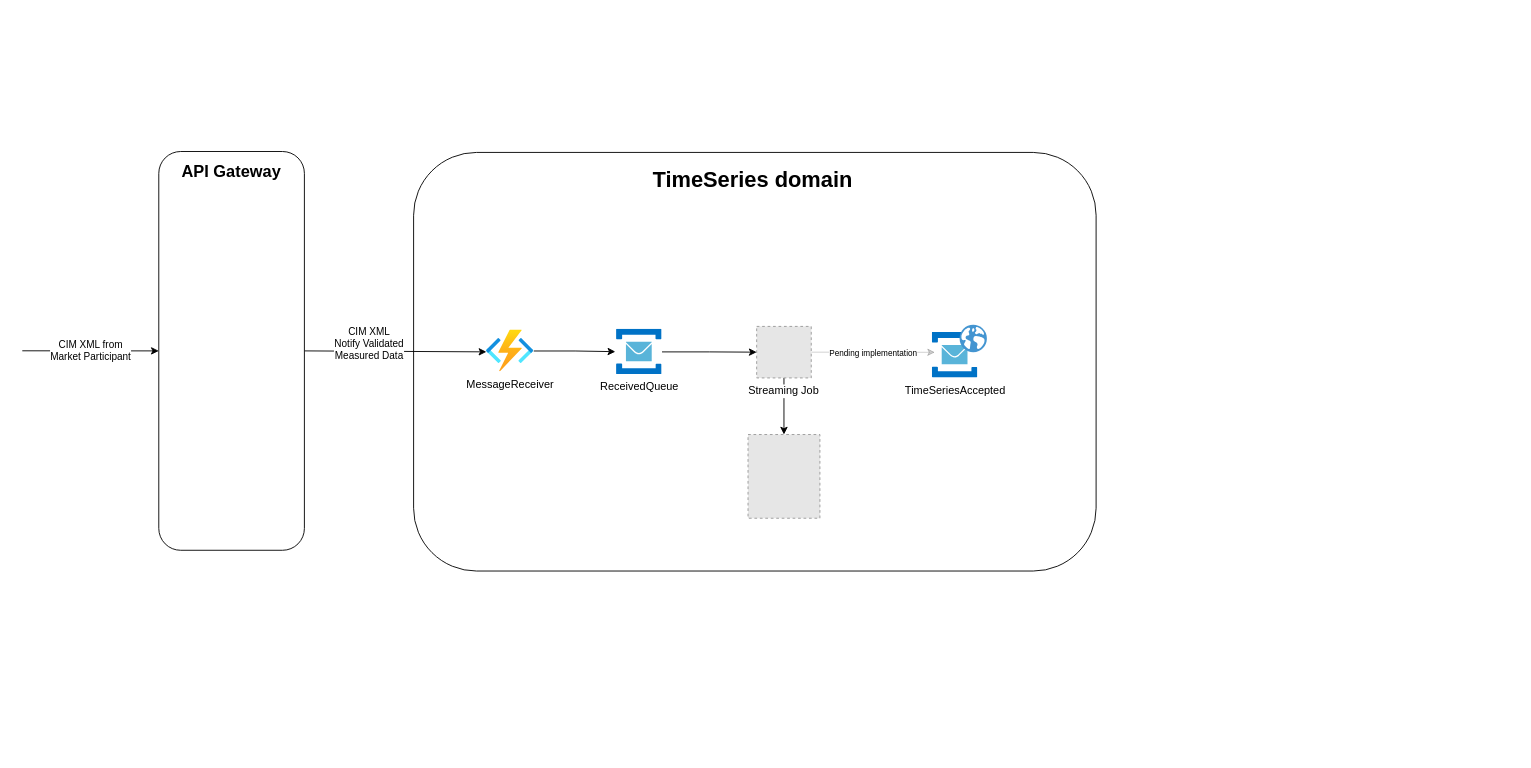
Energinet-DataHub/ARCHIVED-geh-timeseries keeps this draw.io diagram as ARCHITECTURE.drawio. Above is the earlier version. Source tidied: cells renumbered, new cells numbered last; positions are measured from the earlier drawing's top-left corner, leaving out a move shared by most shapes. Both pictures are drawn from the tidied source at 91%, with x=0, y=0 at pixel (22, 151). Pictures stored in the file or linked from it are replaced by grey dashed boxes.
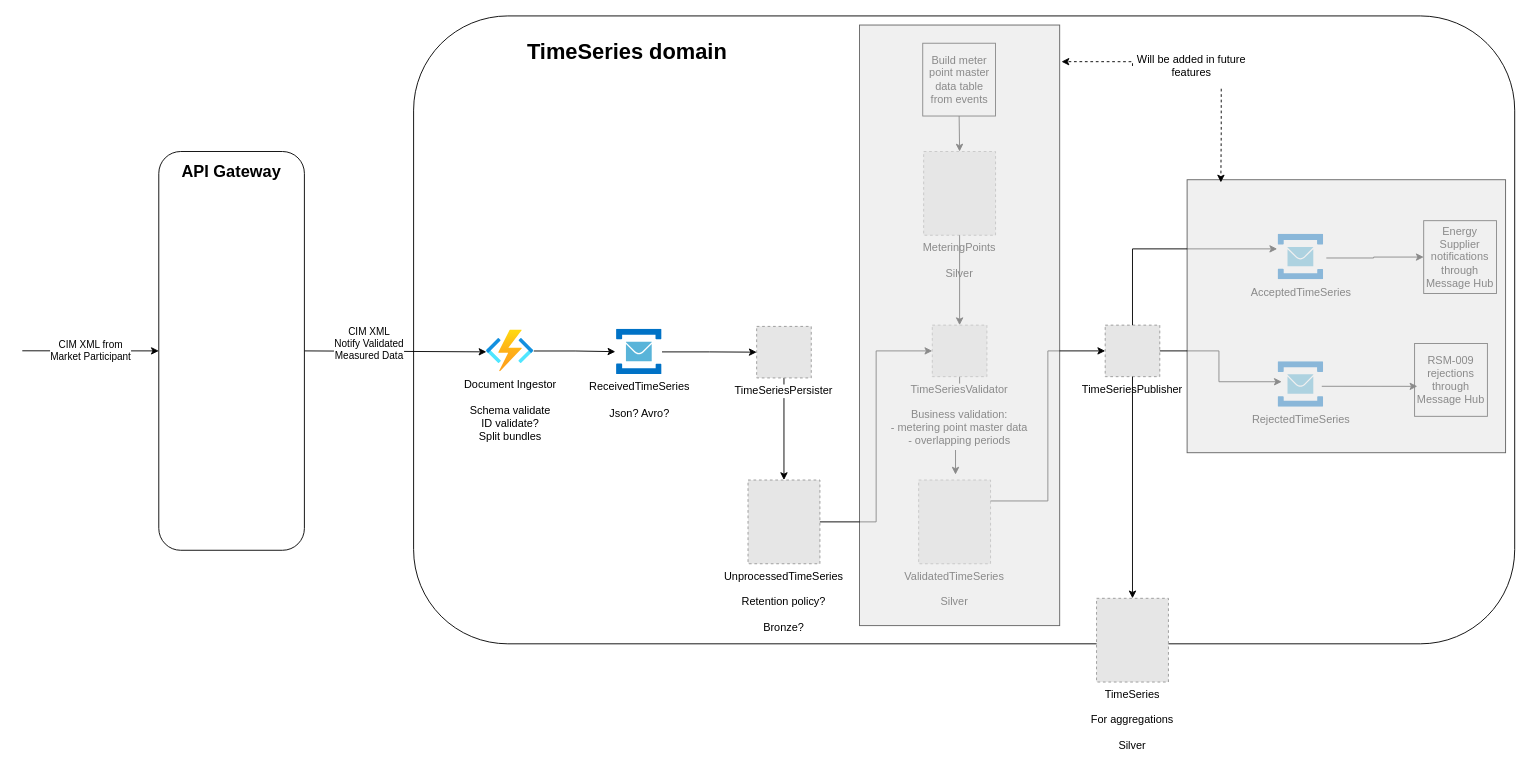
The same diagram, later.

Commit message (it also covers changes not shown here):
Update architectural diagram

Change to the diagram source:
```diff
@@
     <mxCell id="2" style="rounded=1;whiteSpace=wrap;html=1;" parent="1" vertex="1">
-      <mxGeometry x="430" y="1" width="750" height="460" as="geometry" />
+      <mxGeometry x="430" y="-149" width="1210" height="690" as="geometry" />
     </mxCell>
@@
-    <mxCell id="4" value="ReceivedQueue" style="html=1;points=[];align=center;image;fontSize=12;image=img/lib/mscae/Service_Bus.svg;" parent="1" vertex="1">
+    <mxCell id="4" value="ReceivedTimeSeries&lt;br&gt;&lt;br&gt;Json? Avro?" style="html=1;points=[];align=center;image;fontSize=12;image=img/lib/mscae/Service_Bus.svg;" parent="1" vertex="1">
       <mxGeometry x="653" y="195.2" width="50" height="50" as="geometry" />
     </mxCell>
@@
-    <mxCell id="6" value="MessageReceiver" style="html=1;points=[];align=center;image;fontSize=12;image=img/lib/azure2/compute/Function_Apps.svg;labelPosition=center;verticalLabelPosition=bottom;verticalAlign=top;" parent="1" vertex="1">
+    <mxCell id="6" value="Document Ingestor&lt;br&gt;&lt;br&gt;Schema validate&lt;br&gt;ID validate?&lt;br&gt;Split bundles" style="html=1;points=[];align=center;image;fontSize=12;image=img/lib/azure2/compute/Function_Apps.svg;labelPosition=center;verticalLabelPosition=bottom;verticalAlign=top;" parent="1" vertex="1">
       <mxGeometry x="510" y="196.2" width="52" height="45.9" as="geometry" />
     </mxCell>
@@
-    <mxCell id="8" value="&lt;font style=&quot;font-size: 9px&quot;&gt;Pending implementation&lt;/font&gt;" style="edgeStyle=orthogonalEdgeStyle;rounded=0;jettySize=auto;html=1;entryX=0.06;entryY=0.439;entryDx=0;entryDy=0;entryPerimeter=0;opacity=20;" parent="1" edge="1" source="9" target="18">
-      <mxGeometry relative="1" as="geometry" />
-    </mxCell>
-    <mxCell id="9" value="Streaming Job" style="fillColor=#E6E6E6;strokeColor=#999999;dashed=1;verticalLabelPosition=bottom;labelBackgroundColor=#ffffff;verticalAlign=top;" parent="1" vertex="1">
+    <mxCell id="9" value="TimeSeriesPersister" style="fillColor=#E6E6E6;strokeColor=#999999;dashed=1;verticalLabelPosition=bottom;labelBackgroundColor=#ffffff;verticalAlign=top;" parent="1" vertex="1">
       <mxGeometry x="807" y="192.2" width="60" height="56.6" as="geometry" />
     </mxCell>
-    <mxCell id="10" style="fillColor=#E6E6E6;strokeColor=#999999;dashed=1;verticalLabelPosition=bottom;labelBackgroundColor=#ffffff;verticalAlign=top;" parent="1" vertex="1">
-      <mxGeometry x="797.5" y="311" width="79" height="92" as="geometry" />
+    <mxCell id="10" value="UnprocessedTimeSeries&#10;&#10;Retention policy?&#10;&#10;Bronze?" style="fillColor=#E6E6E6;strokeColor=#999999;dashed=1;verticalLabelPosition=bottom;labelBackgroundColor=#ffffff;verticalAlign=top;" parent="1" vertex="1">
+      <mxGeometry x="797.5" y="361" width="79" height="92" as="geometry" />
     </mxCell>
     <mxCell id="11" value="&lt;h1&gt;TimeSeries domain&lt;br&gt;&lt;/h1&gt;" style="text;html=1;strokeColor=none;fillColor=none;spacing=5;spacingTop=-20;whiteSpace=wrap;overflow=hidden;rounded=0;dashed=1;" parent="1" vertex="1">
-      <mxGeometry x="687.5" y="11" width="235" height="36.5" as="geometry" />
+      <mxGeometry x="550" y="-129" width="235" height="36.5" as="geometry" />
     </mxCell>
@@
-    <mxCell id="17" style="group;" parent="1" vertex="1">
-      <mxGeometry x="1000" y="190.5" width="60" height="58.2" as="geometry" />
-    </mxCell>
-    <mxCell id="18" value="TimeSeriesAccepted" style="html=1;points=[];align=center;image;fontSize=12;image=img/lib/mscae/Service_Bus.svg;" parent="17" vertex="1">
-      <mxGeometry y="8.2" width="50" height="50" as="geometry" />
-    </mxCell>
-    <mxCell id="19" style="shadow=0;dashed=0;html=1;strokeColor=none;fillColor=#4495D1;labelPosition=center;verticalLabelPosition=bottom;verticalAlign=top;align=center;shape=mxgraph.veeam.globe;" parent="17" vertex="1">
-      <mxGeometry x="30" width="30" height="30" as="geometry" />
-    </mxCell>
+    <mxCell id="20" style="edgeStyle=orthogonalEdgeStyle;rounded=0;jettySize=auto;html=1;entryX=0.513;entryY=-0.065;entryDx=0;entryDy=0;entryPerimeter=0;" parent="1" edge="1" source="21" target="23">
+      <mxGeometry relative="1" as="geometry" />
+    </mxCell>
+    <mxCell id="21" value="TimeSeriesValidator&#10;&#10;Business validation:&#10;- metering point master data&#10;- overlapping periods" style="fillColor=#E6E6E6;strokeColor=#999999;dashed=1;verticalLabelPosition=bottom;labelBackgroundColor=#ffffff;verticalAlign=top;" parent="1" vertex="1">
+      <mxGeometry x="1000" y="190.8" width="60" height="56.6" as="geometry" />
+    </mxCell>
+    <mxCell id="22" style="edgeStyle=orthogonalEdgeStyle;rounded=0;jettySize=auto;html=1;exitX=1;exitY=0.5;exitDx=0;exitDy=0;entryX=0;entryY=0.5;entryDx=0;entryDy=0;" parent="1" edge="1" source="10" target="21">
+      <mxGeometry relative="1" as="geometry" />
+    </mxCell>
+    <mxCell id="23" value="ValidatedTimeSeries&#10;&#10;Silver" style="fillColor=#E6E6E6;strokeColor=#999999;dashed=1;verticalLabelPosition=bottom;labelBackgroundColor=#ffffff;verticalAlign=top;" parent="1" vertex="1">
+      <mxGeometry x="985" y="361" width="79" height="92" as="geometry" />
+    </mxCell>
+    <mxCell id="24" value="MeteringPoints&#10;&#10;Silver" style="fillColor=#E6E6E6;strokeColor=#999999;dashed=1;verticalLabelPosition=bottom;labelBackgroundColor=#ffffff;verticalAlign=top;" parent="1" vertex="1">
+      <mxGeometry x="990.5" width="79" height="92" as="geometry" />
+    </mxCell>
+    <mxCell id="25" value="Build meter point master data table from events" style="whiteSpace=wrap;html=1;" parent="1" vertex="1">
+      <mxGeometry x="989.5" y="-119" width="80" height="80" as="geometry" />
+    </mxCell>
+    <mxCell id="26" style="edgeStyle=orthogonalEdgeStyle;rounded=0;jettySize=auto;html=1;exitX=0.5;exitY=1;exitDx=0;exitDy=0;entryX=0.5;entryY=0;entryDx=0;entryDy=0;" parent="1" edge="1" source="25" target="24">
+      <mxGeometry relative="1" as="geometry" />
+    </mxCell>
+    <mxCell id="27" style="edgeStyle=orthogonalEdgeStyle;rounded=0;jettySize=auto;html=1;exitX=0.5;exitY=1;exitDx=0;exitDy=0;entryX=0.5;entryY=0;entryDx=0;entryDy=0;" parent="1" edge="1" source="24" target="21">
+      <mxGeometry relative="1" as="geometry" />
+    </mxCell>
+    <mxCell id="28" value="TimeSeriesPublisher" style="fillColor=#E6E6E6;strokeColor=#999999;dashed=1;verticalLabelPosition=bottom;labelBackgroundColor=#ffffff;verticalAlign=top;" parent="1" vertex="1">
+      <mxGeometry x="1190" y="190.8" width="60" height="56.6" as="geometry" />
+    </mxCell>
+    <mxCell id="29" value="TimeSeries&#10;&#10;For aggregations&#10;&#10;Silver" style="fillColor=#E6E6E6;strokeColor=#999999;dashed=1;verticalLabelPosition=bottom;labelBackgroundColor=#ffffff;verticalAlign=top;" parent="1" vertex="1">
+      <mxGeometry x="1180.5" y="491" width="79" height="92" as="geometry" />
+    </mxCell>
+    <mxCell id="30" style="edgeStyle=orthogonalEdgeStyle;rounded=0;jettySize=auto;html=1;exitX=1;exitY=0.25;exitDx=0;exitDy=0;entryX=0;entryY=0.5;entryDx=0;entryDy=0;" parent="1" edge="1" source="23" target="28">
+      <mxGeometry relative="1" as="geometry" />
+    </mxCell>
+    <mxCell id="31" style="edgeStyle=orthogonalEdgeStyle;rounded=0;jettySize=auto;html=1;exitX=0.5;exitY=1;exitDx=0;exitDy=0;" parent="1" edge="1" source="28" target="29">
+      <mxGeometry relative="1" as="geometry" />
+    </mxCell>
+    <mxCell id="32" value="AcceptedTimeSeries" style="html=1;points=[];align=center;image;fontSize=12;image=img/lib/mscae/Service_Bus.svg;" parent="1" vertex="1">
+      <mxGeometry x="1380" y="91" width="50" height="50" as="geometry" />
+    </mxCell>
+    <mxCell id="33" value="RejectedTimeSeries" style="html=1;points=[];align=center;image;fontSize=12;image=img/lib/mscae/Service_Bus.svg;" parent="1" vertex="1">
+      <mxGeometry x="1380" y="231" width="50" height="50" as="geometry" />
+    </mxCell>
+    <mxCell id="34" style="edgeStyle=orthogonalEdgeStyle;rounded=0;jettySize=auto;html=1;exitX=0.5;exitY=0;exitDx=0;exitDy=0;entryX=-0.02;entryY=0.32;entryDx=0;entryDy=0;entryPerimeter=0;" parent="1" edge="1" source="28" target="32">
+      <mxGeometry relative="1" as="geometry" />
+    </mxCell>
+    <mxCell id="35" style="edgeStyle=orthogonalEdgeStyle;rounded=0;jettySize=auto;html=1;exitX=1;exitY=0.5;exitDx=0;exitDy=0;entryX=0.08;entryY=0.44;entryDx=0;entryDy=0;entryPerimeter=0;" parent="1" edge="1" source="28" target="33">
+      <mxGeometry relative="1" as="geometry" />
+    </mxCell>
+    <mxCell id="36" value="Energy Supplier notifications through Message Hub" style="whiteSpace=wrap;html=1;" parent="1" vertex="1">
+      <mxGeometry x="1540" y="76" width="80" height="80" as="geometry" />
+    </mxCell>
+    <mxCell id="37" value="RSM-009 rejections through Message Hub" style="whiteSpace=wrap;html=1;" parent="1" vertex="1">
+      <mxGeometry x="1530" y="211" width="80" height="80" as="geometry" />
+    </mxCell>
+    <mxCell id="38" style="edgeStyle=orthogonalEdgeStyle;rounded=0;jettySize=auto;html=1;exitX=1.06;exitY=0.52;exitDx=0;exitDy=0;exitPerimeter=0;entryX=0;entryY=0.5;entryDx=0;entryDy=0;" parent="1" edge="1" source="32" target="36">
+      <mxGeometry relative="1" as="geometry" />
+    </mxCell>
+    <mxCell id="39" style="edgeStyle=orthogonalEdgeStyle;rounded=0;jettySize=auto;html=1;exitX=0.96;exitY=0.54;exitDx=0;exitDy=0;exitPerimeter=0;entryX=0.038;entryY=0.588;entryDx=0;entryDy=0;entryPerimeter=0;" parent="1" edge="1" source="33" target="37">
+      <mxGeometry relative="1" as="geometry" />
+    </mxCell>
+    <mxCell id="40" style="rounded=0;whiteSpace=wrap;html=1;glass=0;opacity=60;fillColor=#E6E6E6;" parent="1" vertex="1">
+      <mxGeometry x="920" y="-139" width="220" height="660" as="geometry" />
+    </mxCell>
+    <mxCell id="41" value="Will be added in future features" style="text;html=1;strokeColor=none;fillColor=none;align=center;verticalAlign=middle;whiteSpace=wrap;rounded=0;glass=0;opacity=60;" parent="1" vertex="1">
+      <mxGeometry x="1220" y="-119" width="130" height="50" as="geometry" />
+    </mxCell>
+    <mxCell id="42" style="edgeStyle=orthogonalEdgeStyle;rounded=0;jettySize=auto;html=1;entryX=1.009;entryY=0.061;entryDx=0;entryDy=0;entryPerimeter=0;exitX=0;exitY=0.5;exitDx=0;exitDy=0;dashed=1;" parent="1" edge="1" source="41" target="40">
+      <mxGeometry relative="1" as="geometry">
+        <Array as="points">
+          <mxPoint x="1220" y="-99" />
+        </Array>
+      </mxGeometry>
+    </mxCell>
+    <mxCell id="43" style="rounded=0;whiteSpace=wrap;html=1;glass=0;opacity=60;fillColor=#E6E6E6;" parent="1" vertex="1">
+      <mxGeometry x="1280" y="31" width="350" height="300" as="geometry" />
+    </mxCell>
+    <mxCell id="44" style="edgeStyle=orthogonalEdgeStyle;rounded=0;jettySize=auto;html=1;entryX=0.106;entryY=0.01;entryDx=0;entryDy=0;entryPerimeter=0;exitX=0.75;exitY=1;exitDx=0;exitDy=0;dashed=1;" parent="1" edge="1" source="41" target="43">
+      <mxGeometry relative="1" as="geometry" />
+    </mxCell>
```
